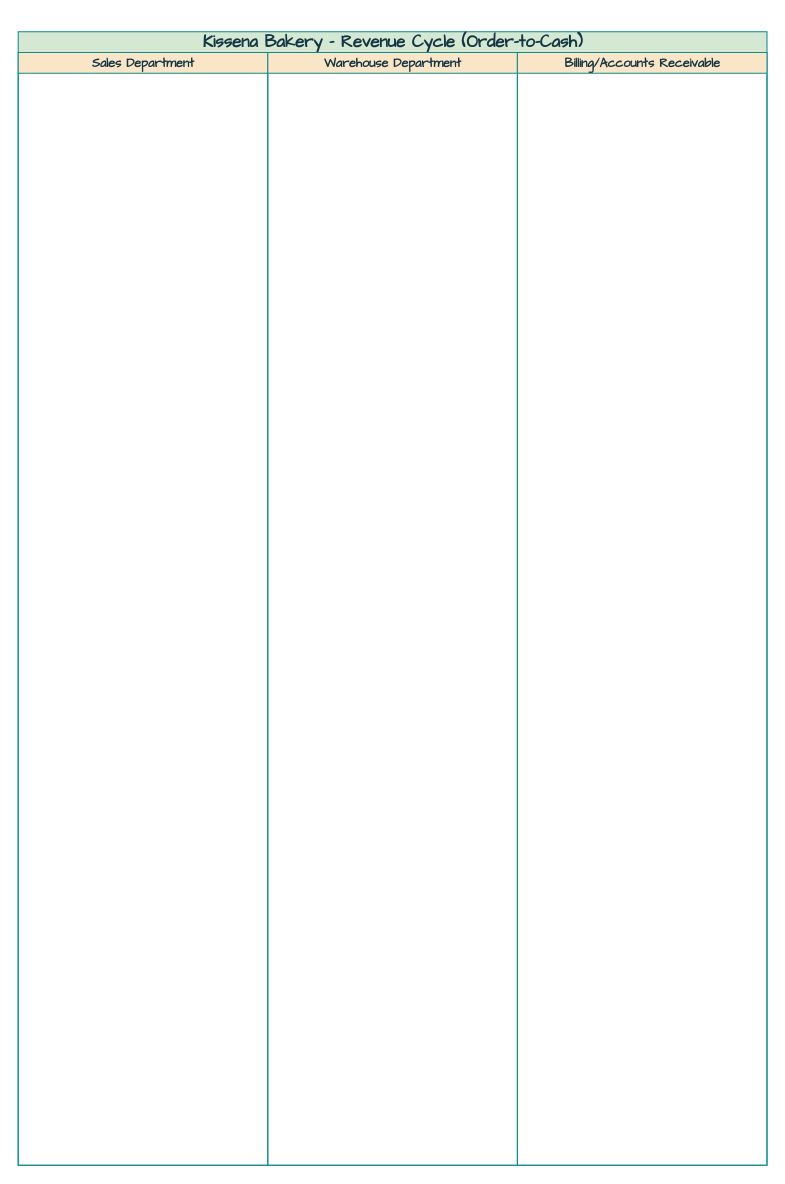
bchen9989/drawio keeps this draw.io diagram as Revenue_Cycle_Controls.drawio. Above is the earlier version. Source tidied: cells renumbered, new cells numbered last; positions are measured from the earlier drawing's top-left corner, leaving out a move shared by most shapes. Both pictures are drawn from the tidied source at 104%, with x=0, y=0 at pixel (18, 31).
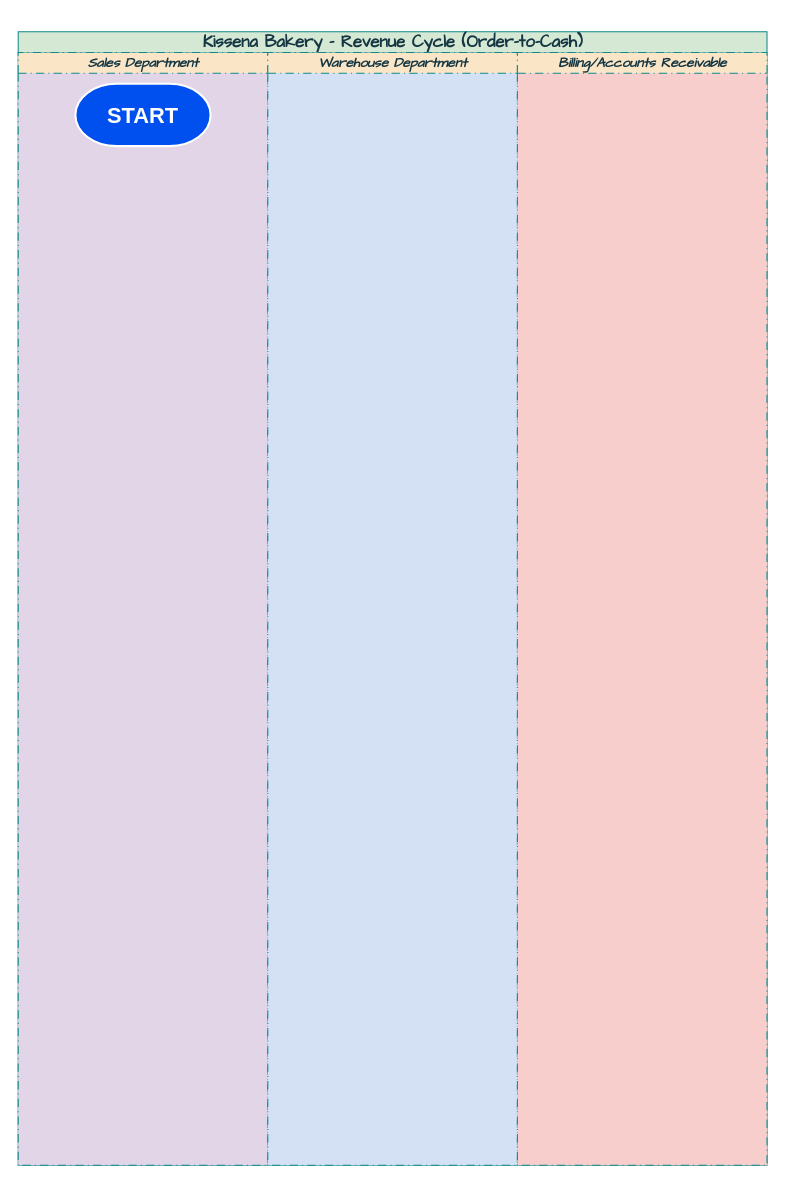
The same page after the edit.

Diff of the diagram source:
```diff
@@
 <mxGraphModel>
   <root>
     <mxCell id="0" />
     <mxCell id="1" parent="0" />
-    <mxCell id="2" value="&lt;h3 style=&quot;text-align: start;&quot;&gt;&lt;font face=&quot;Comic Sans MS&quot; style=&quot;font-size: 16px;&quot;&gt;Kissena Bakery - Revenue Cycle (Order-to-Cash)&lt;/font&gt;&lt;/h3&gt;" style="swimlane;startSize=20;html=1;strokeColor=#0F8B8D;fontColor=#143642;fillColor=#D5E8D4;" parent="1" vertex="1">
+    <mxCell id="2" value="&lt;h3 style=&quot;text-align: start;&quot;&gt;&lt;font face=&quot;Comic Sans MS&quot; style=&quot;font-size: 16px;&quot;&gt;Kissena Bakery - Revenue Cycle (Order-to-Cash)&lt;/font&gt;&lt;/h3&gt;" style="swimlane;startSize=20;html=1;strokeColor=#0F8B8D;fontColor=#143642;fillColor=#D5E8D4;swimlaneFillColor=#E1D5E7;" parent="1" vertex="1">
       <mxGeometry width="720" height="1090" as="geometry" />
     </mxCell>
-    <mxCell id="3" value="&lt;font face=&quot;Comic Sans MS&quot;&gt;Sales Department&lt;/font&gt;" style="swimlane;startSize=20;html=1;strokeColor=#0F8B8D;fontColor=#143642;fillColor=#FAE5C7;" parent="2" vertex="1">
+    <mxCell id="3" value="&lt;font face=&quot;Comic Sans MS&quot; style=&quot;font-size: 13px;&quot;&gt;&lt;i&gt;Sales Department&lt;/i&gt;&lt;/font&gt;" style="swimlane;startSize=20;html=1;strokeColor=#0F8B8D;fontColor=#143642;fillColor=#FAE5C7;swimlaneFillColor=#E1D5E7;dashed=1;dashPattern=8 4 1 4;" parent="2" vertex="1">
       <mxGeometry y="20" width="240" height="1070" as="geometry" />
     </mxCell>
+    <mxCell id="6" value="&lt;b&gt;&lt;font style=&quot;font-size: 21px;&quot;&gt;START&lt;/font&gt;&lt;/b&gt;" style="strokeWidth=2;html=1;shape=mxgraph.flowchart.terminator;whiteSpace=wrap;strokeColor=#FFFFFF;fontColor=#ffffff;fillColor=#0050ef;" parent="3" vertex="1">
+      <mxGeometry x="55" y="30" width="130" height="60" as="geometry" />
+    </mxCell>
-    <mxCell id="4" value="&lt;font face=&quot;Comic Sans MS&quot;&gt;Warehouse Department&lt;/font&gt;" style="swimlane;startSize=20;html=1;strokeColor=#0F8B8D;fontColor=#143642;fillColor=#FAE5C7;" parent="2" vertex="1">
+    <mxCell id="4" value="&lt;font face=&quot;Comic Sans MS&quot; style=&quot;font-size: 13px;&quot;&gt;&lt;i&gt;Warehouse Department&lt;/i&gt;&lt;/font&gt;" style="swimlane;startSize=20;html=1;strokeColor=#0F8B8D;fontColor=#143642;fillColor=#FAE5C7;gradientColor=none;swimlaneFillColor=#D4E1F5;dashed=1;dashPattern=8 4 1 4;" parent="2" vertex="1">
       <mxGeometry x="240" y="20" width="240" height="1070" as="geometry" />
     </mxCell>
-    <mxCell id="5" value="&lt;font face=&quot;Comic Sans MS&quot;&gt;Billing/Accounts Receivable&lt;/font&gt;" style="swimlane;startSize=20;html=1;strokeColor=#0F8B8D;fontColor=#143642;fillColor=#FAE5C7;" parent="2" vertex="1">
+    <mxCell id="5" value="&lt;font face=&quot;Comic Sans MS&quot; style=&quot;font-size: 13px;&quot;&gt;&lt;i&gt;Billing/Accounts Receivable&lt;/i&gt;&lt;/font&gt;" style="swimlane;startSize=20;html=1;strokeColor=#0F8B8D;fontColor=#143642;fillColor=#FAE5C7;gradientColor=none;swimlaneFillColor=#F8CECC;dashed=1;dashPattern=8 4 1 4;" parent="2" vertex="1">
       <mxGeometry x="480" y="20" width="240" height="1070" as="geometry" />
     </mxCell>
   </root>
 </mxGraphModel>
```
